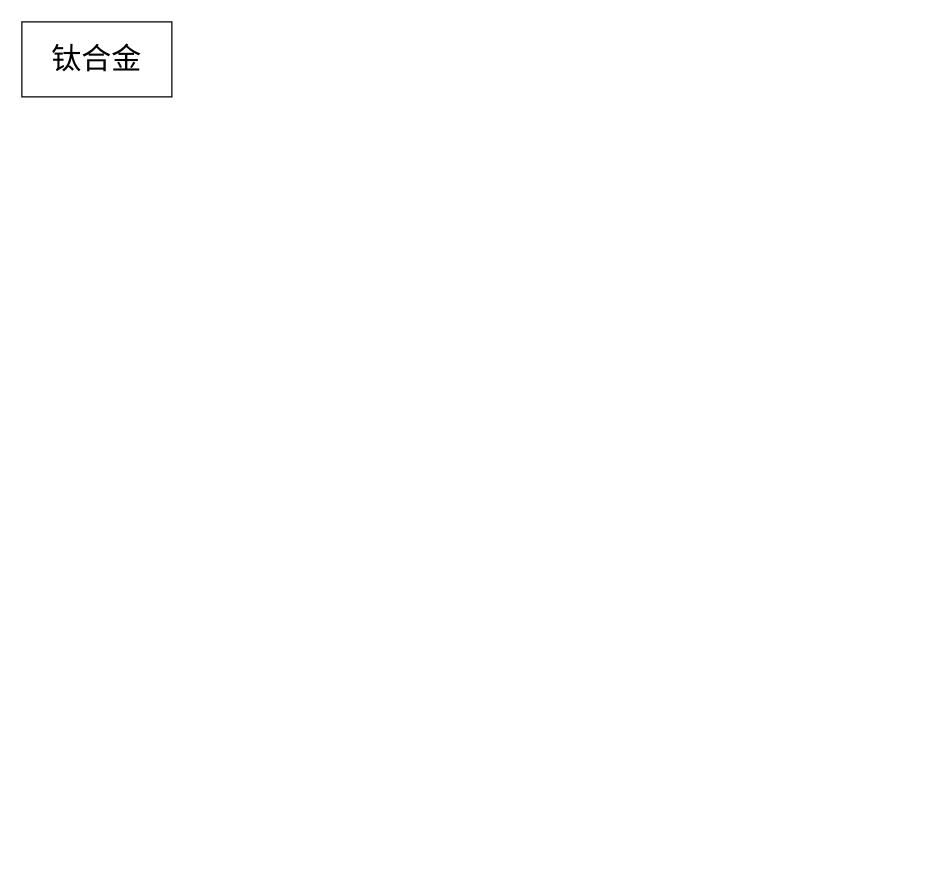
Rliguang/daisenqiu keeps this draw.io diagram as 设计图/钛合金.drawio. Above is the earlier version. Source tidied: cells renumbered, new cells numbered last; positions are measured from the earlier drawing's top-left corner, leaving out a move shared by most shapes. Both pictures are drawn from the tidied source at 125%, with x=0, y=0 at pixel (21, 21).
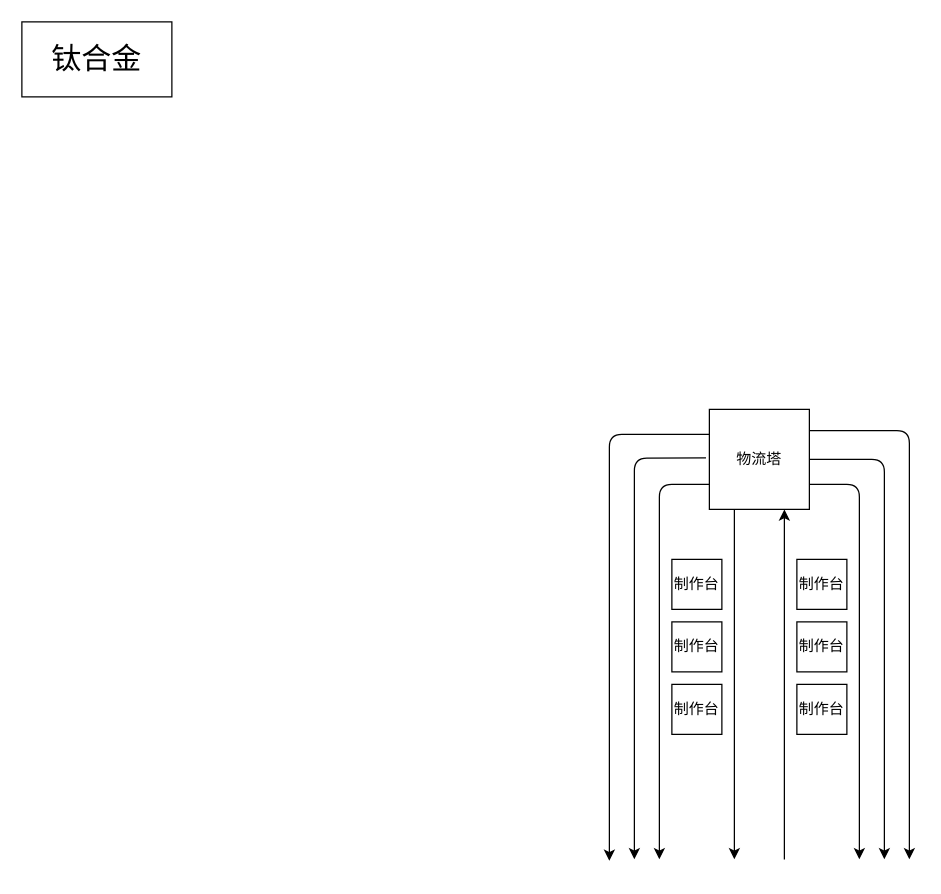
The same diagram, later.

Commit message (it also covers changes not shown here):
更新钛合金.drawio

The edit, as a diff of the source:
```diff
@@
+    <mxCell id="3" value="物流塔" style="whiteSpace=wrap;html=1;" parent="1" vertex="1">
+      <mxGeometry x="550" y="310" width="80" height="80" as="geometry" />
+    </mxCell>
+    <mxCell id="4" style="endArrow=classic;html=1;exitX=0.75;exitY=1;exitDx=0;exitDy=0;" parent="1" edge="1">
+      <mxGeometry relative="1" as="geometry">
+        <mxPoint x="570" y="390" as="sourcePoint" />
+        <mxPoint x="570" y="670" as="targetPoint" />
+      </mxGeometry>
+    </mxCell>
+    <mxCell id="5" style="endArrow=classic;html=1;exitX=1;exitY=0.75;exitDx=0;exitDy=0;" parent="1" edge="1" source="3">
+      <mxGeometry relative="1" as="geometry">
+        <mxPoint x="670" y="670" as="targetPoint" />
+        <Array as="points">
+          <mxPoint x="670" y="370" />
+          <mxPoint x="670" y="400" />
+        </Array>
+      </mxGeometry>
+    </mxCell>
+    <mxCell id="6" value="制作台" style="whiteSpace=wrap;html=1;" parent="1" vertex="1">
+      <mxGeometry x="620" y="430" width="40" height="40" as="geometry" />
+    </mxCell>
+    <mxCell id="7" value="&lt;span&gt;制作台&lt;/span&gt;" style="whiteSpace=wrap;html=1;" parent="1" vertex="1">
+      <mxGeometry x="620" y="480" width="40" height="40" as="geometry" />
+    </mxCell>
+    <mxCell id="8" value="&lt;span&gt;制作台&lt;/span&gt;" style="whiteSpace=wrap;html=1;" parent="1" vertex="1">
+      <mxGeometry x="620" y="530" width="40" height="40" as="geometry" />
+    </mxCell>
+    <mxCell id="9" style="endArrow=classic;html=1;exitX=1;exitY=0.5;exitDx=0;exitDy=0;" parent="1" edge="1" source="3">
+      <mxGeometry relative="1" as="geometry">
+        <mxPoint x="690" y="670" as="targetPoint" />
+        <Array as="points">
+          <mxPoint x="690" y="350" />
+        </Array>
+      </mxGeometry>
+    </mxCell>
+    <mxCell id="10" style="endArrow=classic;html=1;" parent="1" edge="1">
+      <mxGeometry relative="1" as="geometry">
+        <mxPoint x="610" y="670" as="sourcePoint" />
+        <mxPoint x="610" y="390" as="targetPoint" />
+      </mxGeometry>
+    </mxCell>
+    <mxCell id="11" style="endArrow=classic;html=1;exitX=1.002;exitY=0.213;exitDx=0;exitDy=0;exitPerimeter=0;" parent="1" edge="1" source="3">
+      <mxGeometry relative="1" as="geometry">
+        <mxPoint x="710" y="670" as="targetPoint" />
+        <Array as="points">
+          <mxPoint x="710" y="327" />
+        </Array>
+      </mxGeometry>
+    </mxCell>
+    <mxCell id="12" value="制作台" style="whiteSpace=wrap;html=1;" parent="1" vertex="1">
+      <mxGeometry x="520" y="430" width="40" height="40" as="geometry" />
+    </mxCell>
+    <mxCell id="13" style="endArrow=classic;html=1;exitX=0;exitY=0.75;exitDx=0;exitDy=0;" parent="1" edge="1" source="3">
+      <mxGeometry relative="1" as="geometry">
+        <mxPoint x="510" y="670" as="targetPoint" />
+        <Array as="points">
+          <mxPoint x="510" y="370" />
+          <mxPoint x="510" y="410" />
+        </Array>
+      </mxGeometry>
+    </mxCell>
+    <mxCell id="14" value="&lt;span&gt;制作台&lt;/span&gt;" style="whiteSpace=wrap;html=1;" parent="1" vertex="1">
+      <mxGeometry x="520" y="480" width="40" height="40" as="geometry" />
+    </mxCell>
+    <mxCell id="15" value="&lt;span&gt;制作台&lt;/span&gt;" style="whiteSpace=wrap;html=1;" parent="1" vertex="1">
+      <mxGeometry x="520" y="530" width="40" height="40" as="geometry" />
+    </mxCell>
+    <mxCell id="16" style="endArrow=classic;html=1;exitX=-0.034;exitY=0.486;exitDx=0;exitDy=0;exitPerimeter=0;" parent="1" edge="1" source="3">
+      <mxGeometry relative="1" as="geometry">
+        <mxPoint x="490" y="670" as="targetPoint" />
+        <Array as="points">
+          <mxPoint x="490" y="349" />
+          <mxPoint x="490" y="410" />
+        </Array>
+      </mxGeometry>
+    </mxCell>
+    <mxCell id="17" style="endArrow=classic;html=1;exitX=0;exitY=0.25;exitDx=0;exitDy=0;" parent="1" edge="1" source="3">
+      <mxGeometry relative="1" as="geometry">
+        <mxPoint x="470" y="671.1" as="targetPoint" />
+        <Array as="points">
+          <mxPoint x="470" y="330" />
+          <mxPoint x="470" y="411.1" />
+        </Array>
+      </mxGeometry>
+    </mxCell>
```
